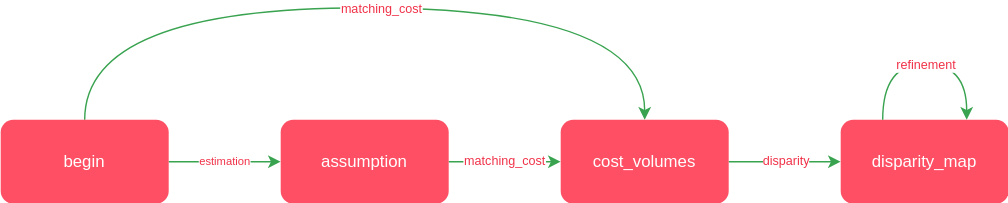
CNES/Pandora2D keeps this draw.io diagram as notebooks/img/Pandora2D_pipeline.drawio.svg. Above is the earlier version. Source tidied: cells renumbered, new cells last; positions are measured from the earlier drawing's top-left corner, leaving out a move shared by most shapes.
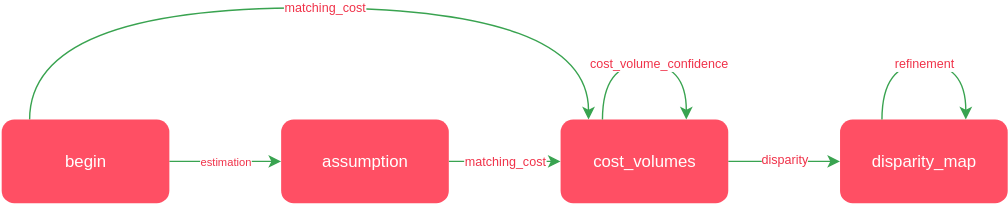
The same diagram one commit later.

Commit message:
notebooks: update pandora2d pipeline schema

Change to the diagram source:
```diff
@@ -5,15 +5,17 @@
     <mxCell id="2" value="estimation" style="edgeStyle=orthogonalEdgeStyle;rounded=0;jettySize=auto;html=1;fontSize=8;strokeColor=#39A350;fontColor=#f03249;" parent="1" edge="1" source="5" target="7">
       <mxGeometry relative="1" as="geometry" />
     </mxCell>
-    <mxCell id="3" style="edgeStyle=orthogonalEdgeStyle;rounded=0;jettySize=auto;html=1;exitX=0.5;exitY=0;exitDx=0;exitDy=0;entryX=0.5;entryY=0;entryDx=0;entryDy=0;strokeColor=#39A350;curved=1;" parent="1" edge="1" source="5" target="10">
-      <mxGeometry relative="1" as="geometry">
-        <Array as="points">
-          <mxPoint x="60" />
-          <mxPoint x="460" />
-        </Array>
-      </mxGeometry>
-    </mxCell>
+    <mxCell id="14" style="edgeStyle=orthogonalEdgeStyle;rounded=0;orthogonalLoop=1;jettySize=auto;html=1;exitX=0.5;exitY=0;exitDx=0;exitDy=0;entryX=0.5;entryY=0;entryDx=0;entryDy=0;strokeColor=#39A350;curved=1;" parent="1" edge="1">
+      <mxGeometry relative="1" as="geometry">
+        <mxPoint x="20" y="80" as="sourcePoint" />
+        <mxPoint x="420" y="80" as="targetPoint" />
+        <Array as="points">
+          <mxPoint x="20" />
+          <mxPoint x="420" />
+        </Array>
+      </mxGeometry>
+    </mxCell>
-    <mxCell id="4" value="matching_cost" style="edgeLabel;html=1;align=center;verticalAlign=middle;fontSize=9;fontColor=#f03249;" parent="3" vertex="1">
+    <mxCell id="4" value="matching_cost" style="edgeLabel;html=1;align=center;verticalAlign=middle;fontSize=9;fontColor=#f03249;" parent="14" vertex="1">
       <mxGeometry x="0.04" relative="1" as="geometry" />
     </mxCell>
     <mxCell id="5" value="begin" style="rounded=1;whiteSpace=wrap;html=1;labelBackgroundColor=none;fontColor=#ffffff;labelBorderColor=none;fillColor=#ff4f64;strokeColor=none;" parent="1" vertex="1">
@@ -48,5 +50,20 @@
     <mxCell id="13" value="refinement" style="edgeLabel;html=1;align=center;verticalAlign=middle;fontSize=9;fontColor=#f03249;" parent="12" vertex="1">
       <mxGeometry relative="1" as="geometry" />
     </mxCell>
+    <mxCell id="15" style="edgeStyle=orthogonalEdgeStyle;rounded=0;orthogonalLoop=1;jettySize=auto;html=1;exitX=0.25;exitY=0;exitDx=0;exitDy=0;entryX=0.75;entryY=0;entryDx=0;entryDy=0;curved=1;strokeColor=#39A350;" parent="1" edge="1">
+      <mxGeometry relative="1" as="geometry">
+        <mxPoint x="430" y="80" as="sourcePoint" />
+        <mxPoint x="490" y="80" as="targetPoint" />
+        <Array as="points">
+          <mxPoint x="430" y="40" />
+          <mxPoint x="490" y="40" />
+        </Array>
+      </mxGeometry>
+    </mxCell>
+    <mxCell id="16" value="&lt;div&gt;cost_volume_confidence&lt;/div&gt;" style="edgeLabel;html=1;align=center;verticalAlign=middle;fontSize=9;fontColor=#f03249;" parent="15" vertex="1">
+      <mxGeometry relative="1" as="geometry">
+        <mxPoint x="10" as="offset" />
+      </mxGeometry>
+    </mxCell>
   </root>
 </mxGraphModel>
```
